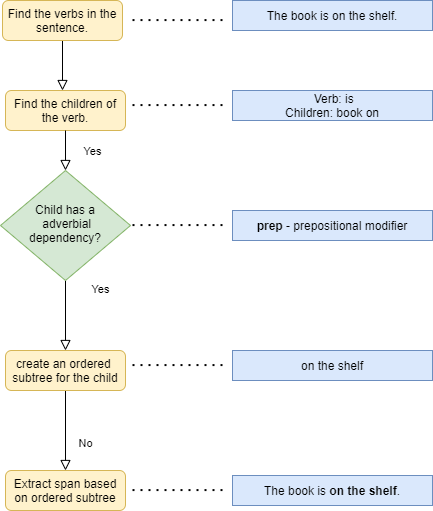
johnosbb/NLP keeps this draw.io diagram as Resources/finding_adverbial_spans.png. Above is the earlier version. Source tidied: cells renumbered, new cells last; positions are measured from the earlier drawing's top-left corner, leaving out a move shared by most shapes. Source of this version:
```xml
<mxGraphModel>
  <root>
    <mxCell id="0" />
    <mxCell id="1" parent="0" />
    <mxCell id="2" style="rounded=0;html=1;jettySize=auto;fontSize=11;endArrow=block;endFill=0;endSize=8;strokeWidth=1;shadow=0;labelBackgroundColor=none;edgeStyle=orthogonalEdgeStyle;" parent="1" edge="1" source="3">
      <mxGeometry relative="1" as="geometry">
        <mxPoint x="62" y="90" as="targetPoint" />
        <Array as="points">
          <mxPoint x="62" y="90" />
          <mxPoint x="62" y="90" />
        </Array>
      </mxGeometry>
    </mxCell>
    <mxCell id="3" value="Find the verbs in the sentence." style="rounded=1;whiteSpace=wrap;html=1;fontSize=12;glass=0;strokeWidth=1;shadow=0;fillColor=#fff2cc;strokeColor=#d6b656;" parent="1" vertex="1">
      <mxGeometry x="2" width="120" height="40" as="geometry" />
    </mxCell>
    <mxCell id="4" value="Yes" style="rounded=0;html=1;jettySize=auto;fontSize=11;endArrow=block;endFill=0;endSize=8;strokeWidth=1;shadow=0;labelBackgroundColor=none;edgeStyle=orthogonalEdgeStyle;entryX=0.5;entryY=0;entryDx=0;entryDy=0;" parent="1" edge="1" source="5" target="9">
      <mxGeometry x="-0.73" y="35" relative="1" as="geometry" />
    </mxCell>
    <mxCell id="5" value="Child has a&lt;br&gt;&amp;nbsp;adverbial dependency?" style="rhombus;whiteSpace=wrap;html=1;shadow=0;fontFamily=Helvetica;fontSize=12;align=center;strokeWidth=1;spacing=6;spacingTop=-4;fillColor=#d5e8d4;strokeColor=#82b366;" parent="1" vertex="1">
      <mxGeometry y="170" width="130" height="110" as="geometry" />
    </mxCell>
    <mxCell id="6" value="No" style="rounded=0;html=1;jettySize=auto;fontSize=11;endArrow=block;endFill=0;endSize=8;strokeWidth=1;shadow=0;labelBackgroundColor=none;edgeStyle=orthogonalEdgeStyle;exitX=0.5;exitY=1;exitDx=0;exitDy=0;" parent="1" edge="1" source="9" target="7">
      <mxGeometry x="0.33" y="20" relative="1" as="geometry" />
    </mxCell>
    <mxCell id="7" value="Extract span based on ordered subtree" style="rounded=1;whiteSpace=wrap;html=1;fontSize=12;glass=0;strokeWidth=1;shadow=0;fillColor=#fff2cc;strokeColor=#d6b656;" parent="1" vertex="1">
      <mxGeometry x="5" y="470" width="120" height="40" as="geometry" />
    </mxCell>
    <mxCell id="8" value="Find the children of the verb." style="rounded=1;whiteSpace=wrap;html=1;fontSize=12;glass=0;strokeWidth=1;shadow=0;fillColor=#fff2cc;strokeColor=#d6b656;" parent="1" vertex="1">
      <mxGeometry x="5" y="90" width="120" height="40" as="geometry" />
    </mxCell>
    <mxCell id="9" value="create an ordered&amp;nbsp; subtree for the child" style="rounded=1;whiteSpace=wrap;html=1;fontSize=12;glass=0;strokeWidth=1;shadow=0;fillColor=#fff2cc;strokeColor=#d6b656;" parent="1" vertex="1">
      <mxGeometry x="5" y="350" width="120" height="40" as="geometry" />
    </mxCell>
    <mxCell id="10" value="The book is on the shelf." style="rounded=0;whiteSpace=wrap;html=1;hachureGap=4;fillColor=#dae8fc;strokeColor=#6c8ebf;" parent="1" vertex="1">
      <mxGeometry x="232" width="200" height="30" as="geometry" />
    </mxCell>
    <mxCell id="11" value="&amp;nbsp;Verb: is&lt;br&gt;Children: book on" style="rounded=0;whiteSpace=wrap;html=1;hachureGap=4;fillColor=#dae8fc;strokeColor=#6c8ebf;" parent="1" vertex="1">
      <mxGeometry x="232" y="90" width="200" height="30" as="geometry" />
    </mxCell>
    <mxCell id="12" value="on the shelf" style="rounded=0;whiteSpace=wrap;html=1;hachureGap=4;fillColor=#dae8fc;strokeColor=#6c8ebf;" parent="1" vertex="1">
      <mxGeometry x="232" y="350" width="200" height="30" as="geometry" />
    </mxCell>
    <mxCell id="13" value="The book is &lt;b&gt;on the shelf&lt;/b&gt;." style="rounded=0;whiteSpace=wrap;html=1;hachureGap=4;fillColor=#dae8fc;strokeColor=#6c8ebf;" parent="1" vertex="1">
      <mxGeometry x="232" y="475" width="200" height="30" as="geometry" />
    </mxCell>
    <mxCell id="14" value="&lt;b&gt;prep&lt;/b&gt;&amp;nbsp;- prepositional modifier" style="rounded=0;whiteSpace=wrap;html=1;hachureGap=4;fillColor=#dae8fc;strokeColor=#6c8ebf;" parent="1" vertex="1">
      <mxGeometry x="232" y="210" width="200" height="30" as="geometry" />
    </mxCell>
    <mxCell id="15" style="endArrow=none;dashed=1;html=1;dashPattern=1 3;strokeWidth=2;startSize=14;endSize=14;sourcePerimeterSpacing=8;targetPerimeterSpacing=8;" parent="1" edge="1">
      <mxGeometry relative="1" as="geometry">
        <mxPoint x="132" y="19.6" as="sourcePoint" />
        <mxPoint x="222" y="19.6" as="targetPoint" />
      </mxGeometry>
    </mxCell>
    <mxCell id="16" style="endArrow=none;dashed=1;html=1;dashPattern=1 3;strokeWidth=2;startSize=14;endSize=14;sourcePerimeterSpacing=8;targetPerimeterSpacing=8;" parent="1" edge="1">
      <mxGeometry relative="1" as="geometry">
        <mxPoint x="132" y="104.6" as="sourcePoint" />
        <mxPoint x="222" y="104.6" as="targetPoint" />
      </mxGeometry>
    </mxCell>
    <mxCell id="17" style="endArrow=none;dashed=1;html=1;dashPattern=1 3;strokeWidth=2;startSize=14;endSize=14;sourcePerimeterSpacing=8;targetPerimeterSpacing=8;" parent="1" edge="1">
      <mxGeometry relative="1" as="geometry">
        <mxPoint x="132" y="224.6" as="sourcePoint" />
        <mxPoint x="222" y="224.6" as="targetPoint" />
      </mxGeometry>
    </mxCell>
    <mxCell id="18" style="endArrow=none;dashed=1;html=1;dashPattern=1 3;strokeWidth=2;startSize=14;endSize=14;sourcePerimeterSpacing=8;targetPerimeterSpacing=8;" parent="1" edge="1">
      <mxGeometry relative="1" as="geometry">
        <mxPoint x="132" y="364.6" as="sourcePoint" />
        <mxPoint x="222" y="364.6" as="targetPoint" />
      </mxGeometry>
    </mxCell>
    <mxCell id="19" style="endArrow=none;dashed=1;html=1;dashPattern=1 3;strokeWidth=2;startSize=14;endSize=14;sourcePerimeterSpacing=8;targetPerimeterSpacing=8;" parent="1" edge="1">
      <mxGeometry relative="1" as="geometry">
        <mxPoint x="132" y="489.6" as="sourcePoint" />
        <mxPoint x="222" y="489.6" as="targetPoint" />
      </mxGeometry>
    </mxCell>
    <mxCell id="20" value="Yes" style="rounded=0;html=1;jettySize=auto;fontSize=11;endArrow=block;endFill=0;endSize=8;strokeWidth=1;shadow=0;labelBackgroundColor=none;edgeStyle=orthogonalEdgeStyle;exitX=0.5;exitY=1;exitDx=0;exitDy=0;" parent="1" edge="1" source="8" target="5">
      <mxGeometry x="0.07" y="27" relative="1" as="geometry" />
    </mxCell>
  </root>
</mxGraphModel>
```
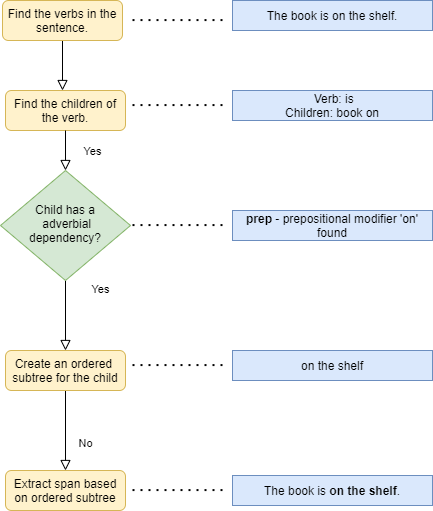
Later version of the same file.

Commit message:
Added new diagram for adverbials

What changed in the source:
```diff
@@ -29,7 +29,7 @@
     <mxCell id="8" value="Find the children of the verb." style="rounded=1;whiteSpace=wrap;html=1;fontSize=12;glass=0;strokeWidth=1;shadow=0;fillColor=#fff2cc;strokeColor=#d6b656;" parent="1" vertex="1">
       <mxGeometry x="5" y="90" width="120" height="40" as="geometry" />
     </mxCell>
-    <mxCell id="9" value="create an ordered&amp;nbsp; subtree for the child" style="rounded=1;whiteSpace=wrap;html=1;fontSize=12;glass=0;strokeWidth=1;shadow=0;fillColor=#fff2cc;strokeColor=#d6b656;" parent="1" vertex="1">
+    <mxCell id="9" value="Create an ordered&amp;nbsp; subtree for the child" style="rounded=1;whiteSpace=wrap;html=1;fontSize=12;glass=0;strokeWidth=1;shadow=0;fillColor=#fff2cc;strokeColor=#d6b656;" parent="1" vertex="1">
       <mxGeometry x="5" y="350" width="120" height="40" as="geometry" />
     </mxCell>
     <mxCell id="10" value="The book is on the shelf." style="rounded=0;whiteSpace=wrap;html=1;hachureGap=4;fillColor=#dae8fc;strokeColor=#6c8ebf;" parent="1" vertex="1">
@@ -44,7 +44,7 @@
     <mxCell id="13" value="The book is &lt;b&gt;on the shelf&lt;/b&gt;." style="rounded=0;whiteSpace=wrap;html=1;hachureGap=4;fillColor=#dae8fc;strokeColor=#6c8ebf;" parent="1" vertex="1">
       <mxGeometry x="232" y="475" width="200" height="30" as="geometry" />
     </mxCell>
-    <mxCell id="14" value="&lt;b&gt;prep&lt;/b&gt;&amp;nbsp;- prepositional modifier" style="rounded=0;whiteSpace=wrap;html=1;hachureGap=4;fillColor=#dae8fc;strokeColor=#6c8ebf;" parent="1" vertex="1">
+    <mxCell id="14" value="&lt;b&gt;prep&lt;/b&gt;&amp;nbsp;- prepositional modifier 'on' found" style="rounded=0;whiteSpace=wrap;html=1;hachureGap=4;fillColor=#dae8fc;strokeColor=#6c8ebf;" parent="1" vertex="1">
       <mxGeometry x="232" y="210" width="200" height="30" as="geometry" />
     </mxCell>
     <mxCell id="15" style="endArrow=none;dashed=1;html=1;dashPattern=1 3;strokeWidth=2;startSize=14;endSize=14;sourcePerimeterSpacing=8;targetPerimeterSpacing=8;" parent="1" edge="1">
```
